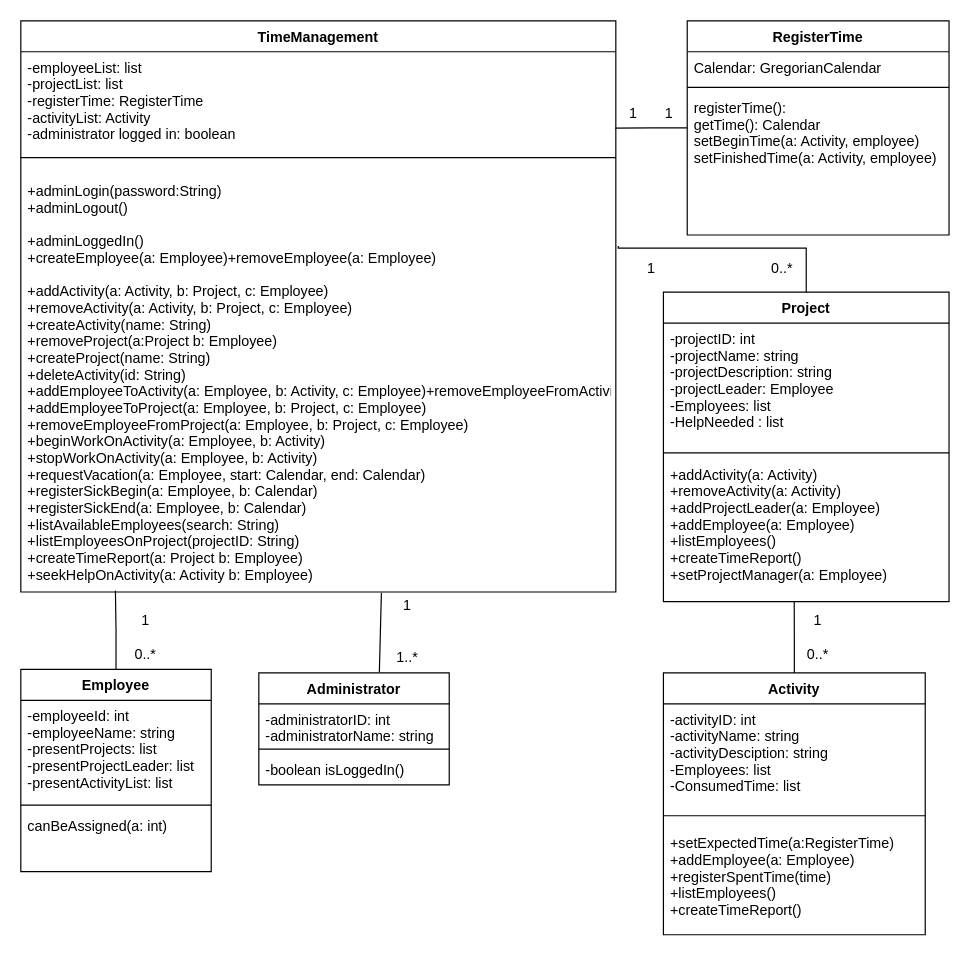
Above: classdiagram.drawio in HLLissau/SoftwareProjekt (draw.io), before the change. Source tidied: cells renumbered, new cells numbered last; positions are measured from the earlier drawing's top-left corner, leaving out a move shared by most shapes. Both pictures are drawn from the tidied source at 119%, with x=0, y=0 at pixel (20, 20).
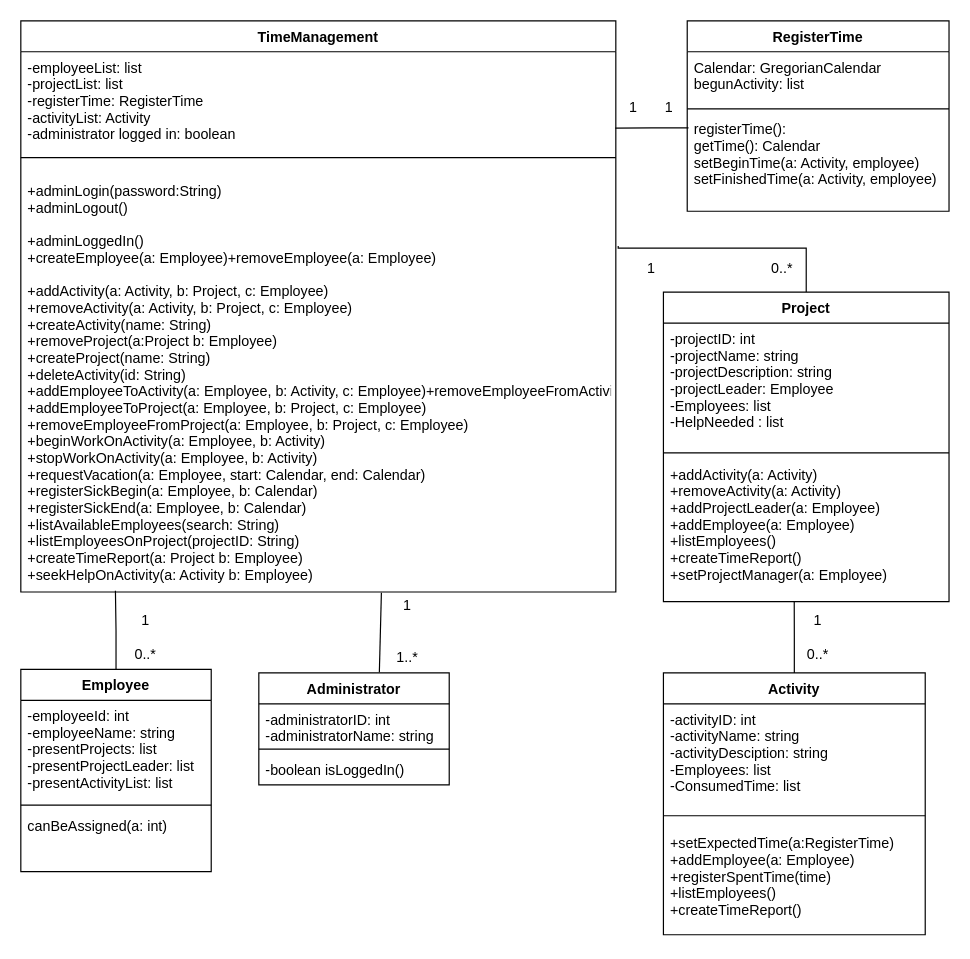
The same page after the edit.

Unchanged cells that the change refers to:
```xml
<mxCell id="27" value="-employeeList: list&#10;-projectList: list&#10;-registerTime: RegisterTime&#10;-activityList: Activity&#10;-administrator logged in: boolean&#10;&#10;" style="text;strokeColor=none;fillColor=none;align=left;verticalAlign=top;spacingLeft=4;spacingRight=4;overflow=hidden;points=[[0,0.5],[1,0.5]];portConstraint=eastwest;" parent="26" vertex="1">
  <mxGeometry y="26" width="500" height="74" as="geometry" />
</mxCell>
```

What changed in the source:
```diff
@@
-    <mxCell id="21" style="edgeStyle=orthogonalEdgeStyle;rounded=0;jettySize=auto;html=1;entryX=0.999;entryY=0.868;entryDx=0;entryDy=0;entryPerimeter=0;endArrow=none;endFill=0;" parent="1" edge="1" source="22" target="27">
+    <mxCell id="21" style="edgeStyle=orthogonalEdgeStyle;rounded=0;jettySize=auto;html=1;entryX=0.999;entryY=0.868;entryDx=0;entryDy=0;entryPerimeter=0;endArrow=none;endFill=0;exitX=0.005;exitY=0.146;exitDx=0;exitDy=0;exitPerimeter=0;" parent="1" edge="1" source="25" target="27">
       <mxGeometry relative="1" as="geometry" />
     </mxCell>
     <mxCell id="22" value="RegisterTime" style="swimlane;fontStyle=1;align=center;verticalAlign=top;horizontal=1;startSize=26;" parent="1" vertex="1">
-      <mxGeometry x="560" width="220" height="180" as="geometry" />
+      <mxGeometry x="560" width="220" height="160" as="geometry" />
     </mxCell>
-    <mxCell id="23" value="Calendar: GregorianCalendar" style="text;strokeColor=none;fillColor=none;align=left;verticalAlign=top;spacingLeft=4;spacingRight=4;overflow=hidden;" parent="22" vertex="1">
-      <mxGeometry y="26" width="220" height="26" as="geometry" />
+    <mxCell id="23" value="Calendar: GregorianCalendar&#10;begunActivity: list&#10;" style="text;strokeColor=none;fillColor=none;align=left;verticalAlign=top;spacingLeft=4;spacingRight=4;overflow=hidden;" parent="22" vertex="1">
+      <mxGeometry y="26" width="220" height="44" as="geometry" />
     </mxCell>
     <mxCell id="24" style="line;strokeWidth=1;fillColor=none;align=left;verticalAlign=middle;spacingTop=-1;spacingLeft=3;spacingRight=3;labelPosition=right;" parent="22" vertex="1">
-      <mxGeometry y="52" width="220" height="8" as="geometry" />
+      <mxGeometry y="70" width="220" height="8" as="geometry" />
     </mxCell>
     <mxCell id="25" value="registerTime():&#10;getTime(): Calendar&#10;setBeginTime(a: Activity, employee)&#10;setFinishedTime(a: Activity, employee)&#10;" style="text;strokeColor=none;fillColor=none;align=left;verticalAlign=top;spacingLeft=4;spacingRight=4;overflow=hidden;points=[[0,0.5],[1,0.5]];portConstraint=eastwest;" parent="22" vertex="1">
-      <mxGeometry y="60" width="220" height="120" as="geometry" />
+      <mxGeometry y="78" width="220" height="82" as="geometry" />
     </mxCell>
@@
     <mxCell id="30" value="1&amp;nbsp; &amp;nbsp;&amp;nbsp; &amp;nbsp; 1" style="text;html=1;strokeColor=none;fillColor=none;align=center;verticalAlign=middle;whiteSpace=wrap;rounded=0;" parent="1" vertex="1">
-      <mxGeometry x="510" y="68" width="40" height="20" as="geometry" />
+      <mxGeometry x="510" y="58" width="40" height="30" as="geometry" />
     </mxCell>
```
